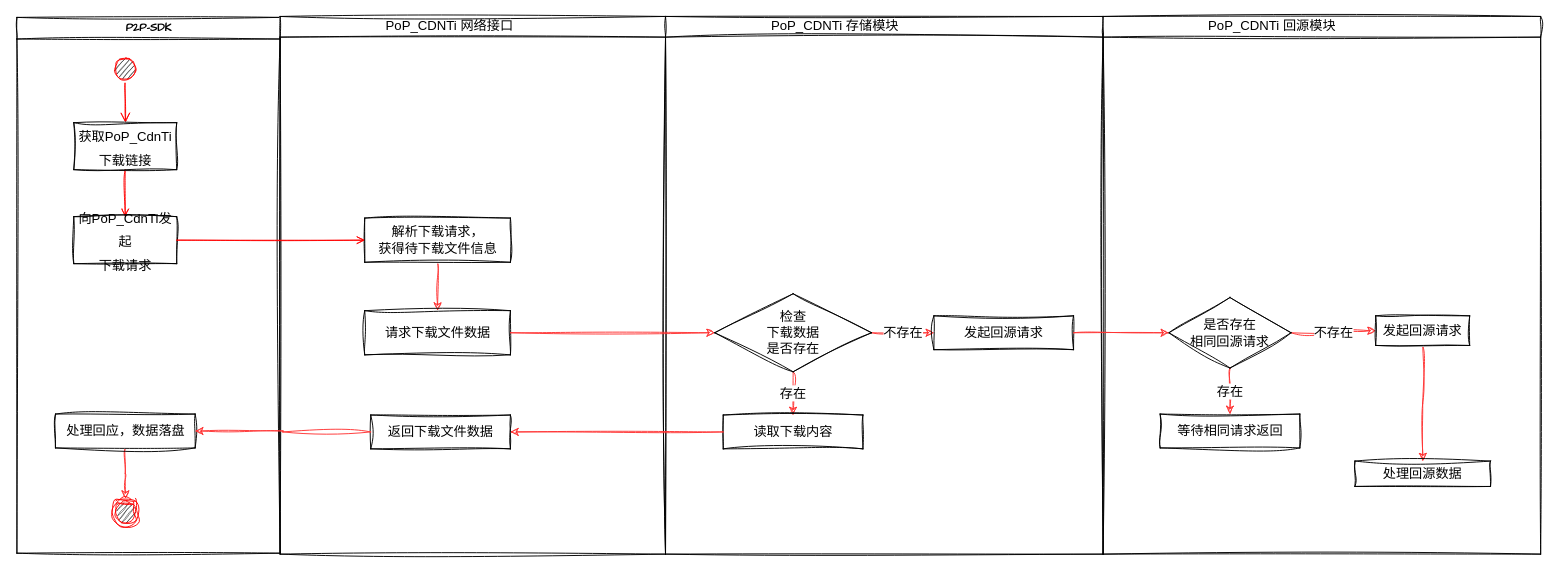
This is PoP_CDNTi流程图.drawio from comtjz/CodeFlagment, a draw.io file, before an edit. Source tidied: cells renumbered, new cells numbered last; positions are measured from the earlier drawing's top-left corner, leaving out a move shared by most shapes. Both pictures are drawn from the tidied source at 94%, with x=0, y=0 at pixel (16, 16).
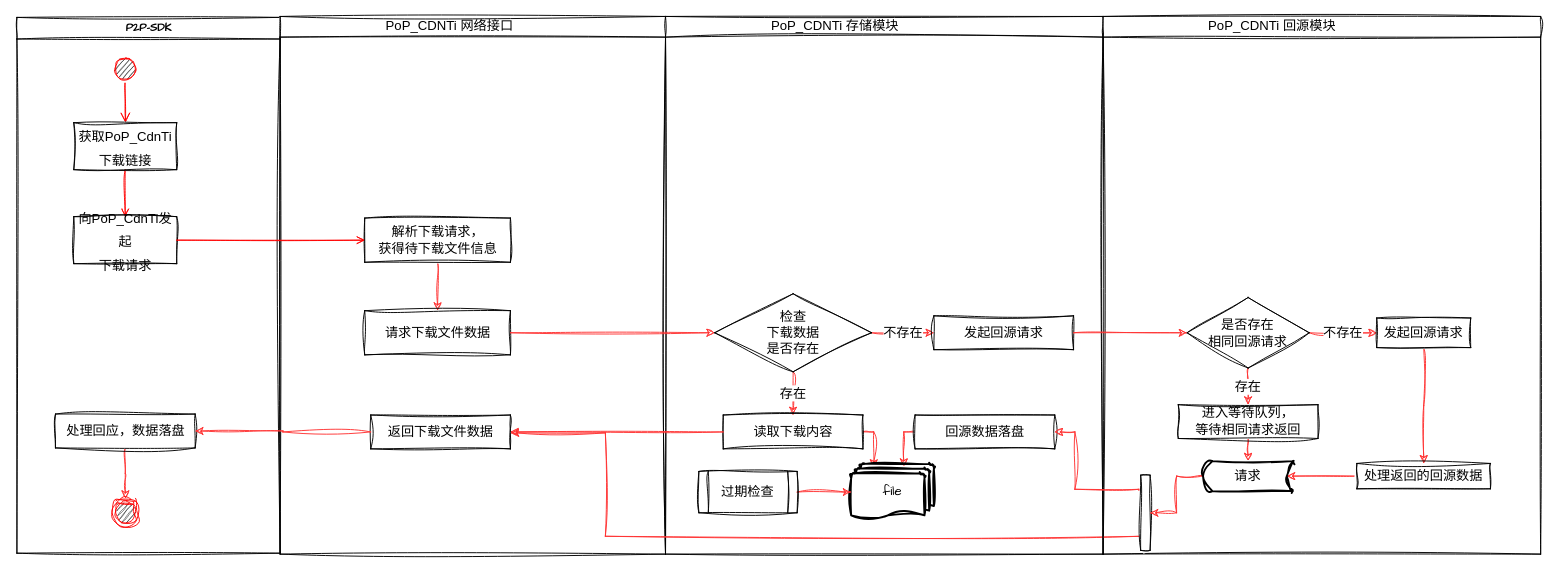
The same page after the edit.

Commit message:
更新PoP_CDNTi流程图.drawio

Unchanged cells that the change refers to:
```xml
<mxCell id="18" style="swimlane;startSize=22;horizontal=1;containerType=tree;sketch=1;hachureGap=4;jiggle=2;fontFamily=Architects Daughter;fontSize=14;" parent="1" vertex="1">
  <mxGeometry x="690.5" width="465.5" height="572" as="geometry" />
</mxCell>
<mxCell id="23" value="&lt;font face=&quot;Aa花语·紫罗兰永恒&quot;&gt;读取下载内容&lt;br&gt;&lt;/font&gt;" style="rounded=0;whiteSpace=wrap;html=1;sketch=1;hachureGap=4;jiggle=2;fontFamily=Architects Daughter;fontSize=14;" parent="18" vertex="1">
  <mxGeometry x="61.4" y="424" width="148.6" height="36" as="geometry" />
</mxCell>
<mxCell id="28" style="swimlane;startSize=22;horizontal=1;containerType=tree;sketch=1;hachureGap=4;jiggle=2;fontFamily=Architects Daughter;fontSize=14;" parent="1" vertex="1">
  <mxGeometry x="1156" width="465.5" height="572" as="geometry" />
</mxCell>
```

What changed in the source:
```diff
@@
+    <mxCell id="38" style="edgeStyle=orthogonalEdgeStyle;rounded=0;sketch=1;hachureGap=4;jiggle=2;jettySize=auto;html=1;exitX=1;exitY=0.5;exitDx=0;exitDy=0;entryX=0.273;entryY=0.067;entryDx=0;entryDy=0;entryPerimeter=0;strokeColor=#FF3333;fontFamily=Architects Daughter;fontSize=14;fontColor=#000000;" parent="18" edge="1" source="23" target="42">
+      <mxGeometry relative="1" as="geometry" />
+    </mxCell>
@@
+    <mxCell id="39" style="edgeStyle=orthogonalEdgeStyle;rounded=0;sketch=1;hachureGap=4;jiggle=2;jettySize=auto;html=1;exitX=-0.2;exitY=0.813;exitDx=0;exitDy=0;strokeColor=#FF3333;fontFamily=Architects Daughter;fontSize=14;fontColor=#000000;exitPerimeter=0;" parent="18" edge="1" source="47">
+      <mxGeometry relative="1" as="geometry">
+        <mxPoint x="-164.5" y="443" as="targetPoint" />
+        <Array as="points">
+          <mxPoint x="-64" y="553" />
+          <mxPoint x="-64" y="443" />
+        </Array>
+      </mxGeometry>
+    </mxCell>
+    <mxCell id="40" style="edgeStyle=orthogonalEdgeStyle;rounded=0;sketch=1;hachureGap=4;jiggle=2;jettySize=auto;html=1;exitX=0;exitY=0.5;exitDx=0;exitDy=0;entryX=0.636;entryY=0.05;entryDx=0;entryDy=0;entryPerimeter=0;strokeColor=#FF3333;fontFamily=Architects Daughter;fontSize=14;fontColor=#000000;" parent="18" edge="1" source="41" target="42">
+      <mxGeometry relative="1" as="geometry" />
+    </mxCell>
+    <mxCell id="41" value="&lt;font face=&quot;Aa花语·紫罗兰永恒&quot;&gt;回源数据落盘&lt;br&gt;&lt;/font&gt;" style="rounded=0;whiteSpace=wrap;html=1;sketch=1;hachureGap=4;jiggle=2;fontFamily=Architects Daughter;fontSize=14;" parent="18" vertex="1">
+      <mxGeometry x="265.5" y="424" width="148.6" height="36" as="geometry" />
+    </mxCell>
+    <mxCell id="42" value="file" style="strokeWidth=2;html=1;shape=mxgraph.flowchart.multi-document;whiteSpace=wrap;sketch=1;hachureGap=4;jiggle=2;fontFamily=Architects Daughter;fontSize=14;fontColor=#000000;" parent="18" vertex="1">
+      <mxGeometry x="197.5" y="476" width="88" height="60" as="geometry" />
+    </mxCell>
+    <mxCell id="43" style="edgeStyle=orthogonalEdgeStyle;rounded=0;sketch=1;hachureGap=4;jiggle=2;jettySize=auto;html=1;entryX=0;entryY=0.5;entryDx=0;entryDy=0;entryPerimeter=0;strokeColor=#FF3333;fontFamily=Architects Daughter;fontSize=14;fontColor=#000000;" parent="18" edge="1" source="44" target="42">
+      <mxGeometry relative="1" as="geometry" />
+    </mxCell>
+    <mxCell id="44" value="&lt;font face=&quot;Aa花语·紫罗兰永恒&quot;&gt;过期检查&lt;/font&gt;" style="shape=process;whiteSpace=wrap;html=1;backgroundOutline=1;sketch=1;hachureGap=4;jiggle=2;fontFamily=Architects Daughter;fontSize=14;fontColor=#000000;" parent="18" vertex="1">
+      <mxGeometry x="35.5" y="484" width="104.5" height="44" as="geometry" />
+    </mxCell>
@@
     <mxCell id="32" value="&lt;font face=&quot;Aa花语·紫罗兰永恒&quot; color=&quot;#000000&quot;&gt;是否存在&lt;br&gt;相同回源请求&lt;/font&gt;" style="rhombus;whiteSpace=wrap;html=1;sketch=1;hachureGap=4;jiggle=2;fontFamily=Architects Daughter;fontSize=14;fontColor=#FF3333;" parent="28" vertex="1">
-      <mxGeometry x="70" y="299" width="130" height="75" as="geometry" />
+      <mxGeometry x="89.3" y="299" width="130" height="75" as="geometry" />
     </mxCell>
+    <mxCell id="45" style="edgeStyle=orthogonalEdgeStyle;rounded=0;sketch=1;hachureGap=4;jiggle=2;jettySize=auto;html=1;exitX=0.5;exitY=1;exitDx=0;exitDy=0;entryX=0.5;entryY=0;entryDx=0;entryDy=0;entryPerimeter=0;strokeColor=#FF3333;fontFamily=Architects Daughter;fontSize=14;fontColor=#000000;" parent="28" edge="1" source="33" target="49">
+      <mxGeometry relative="1" as="geometry" />
+    </mxCell>
-    <mxCell id="33" value="&lt;font face=&quot;Aa花语·紫罗兰永恒&quot;&gt;等待相同请求返回&lt;br&gt;&lt;/font&gt;" style="rounded=0;whiteSpace=wrap;html=1;sketch=1;hachureGap=4;jiggle=2;fontFamily=Architects Daughter;fontSize=14;" parent="28" vertex="1">
-      <mxGeometry x="60.7" y="423" width="148.6" height="36" as="geometry" />
+    <mxCell id="33" value="&lt;font face=&quot;Aa花语·紫罗兰永恒&quot;&gt;进入等待队列，&lt;br&gt;等待相同请求返回&lt;br&gt;&lt;/font&gt;" style="rounded=0;whiteSpace=wrap;html=1;sketch=1;hachureGap=4;jiggle=2;fontFamily=Architects Daughter;fontSize=14;" parent="28" vertex="1">
+      <mxGeometry x="80" y="413" width="148.6" height="36" as="geometry" />
     </mxCell>
@@
     <mxCell id="35" value="&lt;font face=&quot;Aa花语·紫罗兰永恒&quot;&gt;发起回源请求&lt;br&gt;&lt;/font&gt;" style="rounded=0;whiteSpace=wrap;html=1;sketch=1;hachureGap=4;jiggle=2;fontFamily=Architects Daughter;fontSize=14;" parent="28" vertex="1">
-      <mxGeometry x="290" y="318.5" width="100" height="31.5" as="geometry" />
+      <mxGeometry x="291.1" y="320.8" width="100" height="31.5" as="geometry" />
     </mxCell>
+    <mxCell id="46" style="edgeStyle=orthogonalEdgeStyle;rounded=0;sketch=1;hachureGap=4;jiggle=2;jettySize=auto;html=1;exitX=0;exitY=0.5;exitDx=0;exitDy=0;entryX=0.93;entryY=0.5;entryDx=0;entryDy=0;entryPerimeter=0;strokeColor=#FF3333;fontFamily=Architects Daughter;fontSize=14;fontColor=#000000;" parent="28" edge="1" source="36" target="49">
+      <mxGeometry relative="1" as="geometry">
+        <Array as="points">
+          <mxPoint x="270" y="489" />
+        </Array>
+      </mxGeometry>
+    </mxCell>
-    <mxCell id="36" value="&lt;font face=&quot;Aa花语·紫罗兰永恒&quot;&gt;处理回源数据&lt;br&gt;&lt;/font&gt;" style="rounded=0;whiteSpace=wrap;html=1;sketch=1;hachureGap=4;jiggle=2;fontFamily=Architects Daughter;fontSize=14;" parent="28" vertex="1">
-      <mxGeometry x="267.9" y="473" width="144.3" height="27" as="geometry" />
+    <mxCell id="36" value="&lt;font face=&quot;Aa花语·紫罗兰永恒&quot;&gt;处理返回的回源数据&lt;br&gt;&lt;/font&gt;" style="rounded=0;whiteSpace=wrap;html=1;sketch=1;hachureGap=4;jiggle=2;fontFamily=Architects Daughter;fontSize=14;" parent="28" vertex="1">
+      <mxGeometry x="270" y="475.5" width="142.1" height="27" as="geometry" />
     </mxCell>
+    <mxCell id="47" style="html=1;points=[];perimeter=orthogonalPerimeter;sketch=1;hachureGap=4;jiggle=2;fontFamily=Architects Daughter;fontSize=14;fontColor=#000000;" parent="28" vertex="1">
+      <mxGeometry x="40" y="488" width="10" height="80" as="geometry" />
+    </mxCell>
+    <mxCell id="48" style="edgeStyle=orthogonalEdgeStyle;rounded=0;sketch=1;hachureGap=4;jiggle=2;jettySize=auto;html=1;exitX=0;exitY=0.5;exitDx=0;exitDy=0;exitPerimeter=0;entryX=1;entryY=0.5;entryDx=0;entryDy=0;entryPerimeter=0;strokeColor=#FF3333;fontFamily=Architects Daughter;fontSize=14;fontColor=#000000;" parent="28" edge="1" source="49" target="47">
+      <mxGeometry relative="1" as="geometry" />
+    </mxCell>
+    <mxCell id="49" value="&lt;font face=&quot;Aa花语·紫罗兰永恒&quot;&gt;请求&lt;/font&gt;" style="strokeWidth=2;html=1;shape=mxgraph.flowchart.stored_data;whiteSpace=wrap;sketch=1;hachureGap=4;jiggle=2;fontFamily=Architects Daughter;fontSize=14;fontColor=#000000;" parent="28" vertex="1">
+      <mxGeometry x="106.3" y="473" width="96" height="32" as="geometry" />
+    </mxCell>
@@
+    <mxCell id="50" style="edgeStyle=orthogonalEdgeStyle;rounded=0;sketch=1;hachureGap=4;jiggle=2;jettySize=auto;html=1;exitX=-0.2;exitY=0.2;exitDx=0;exitDy=0;strokeColor=#FF3333;fontFamily=Architects Daughter;fontSize=14;fontColor=#000000;exitPerimeter=0;entryX=1;entryY=0.5;entryDx=0;entryDy=0;" parent="1" edge="1" source="47" target="41">
+      <mxGeometry relative="1" as="geometry">
+        <Array as="points">
+          <mxPoint x="1194" y="503" />
+          <mxPoint x="1126" y="503" />
+          <mxPoint x="1126" y="442" />
+        </Array>
+      </mxGeometry>
+    </mxCell>
```
